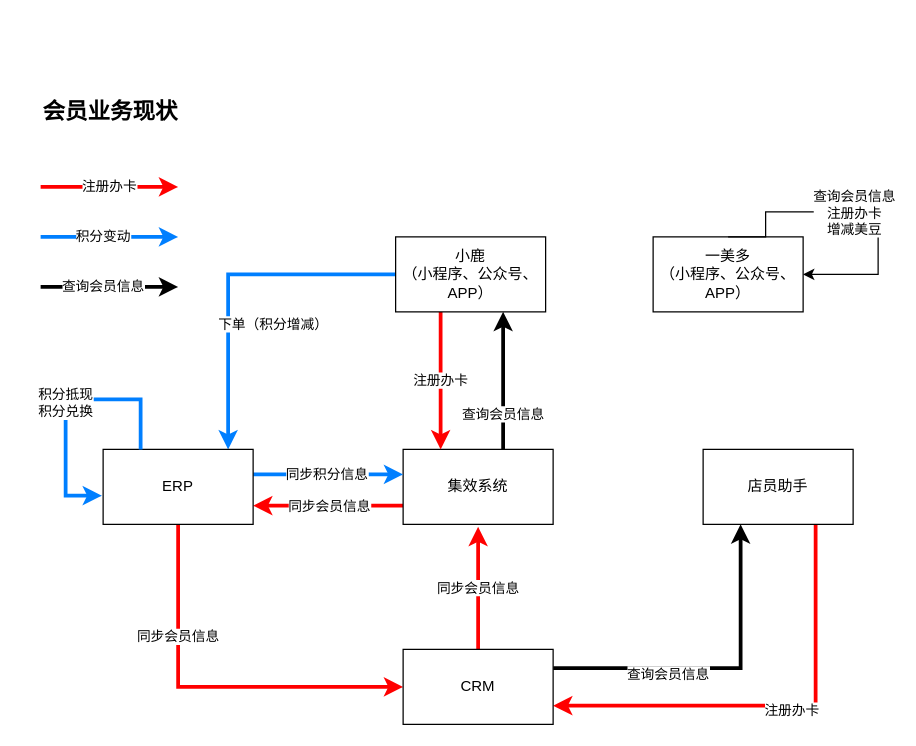
Above: page "Page-2" (2 of 2) of Untitled Diagram.drawio in JustDoItHilary/HilarysTraining (draw.io), before the change. Source tidied: cells renumbered, new cells numbered last; positions are measured from the earlier drawing's top-left corner, leaving out a move shared by most shapes. Both pictures are drawn from the tidied source at 125%, with x=0, y=0 at pixel (40, 99).
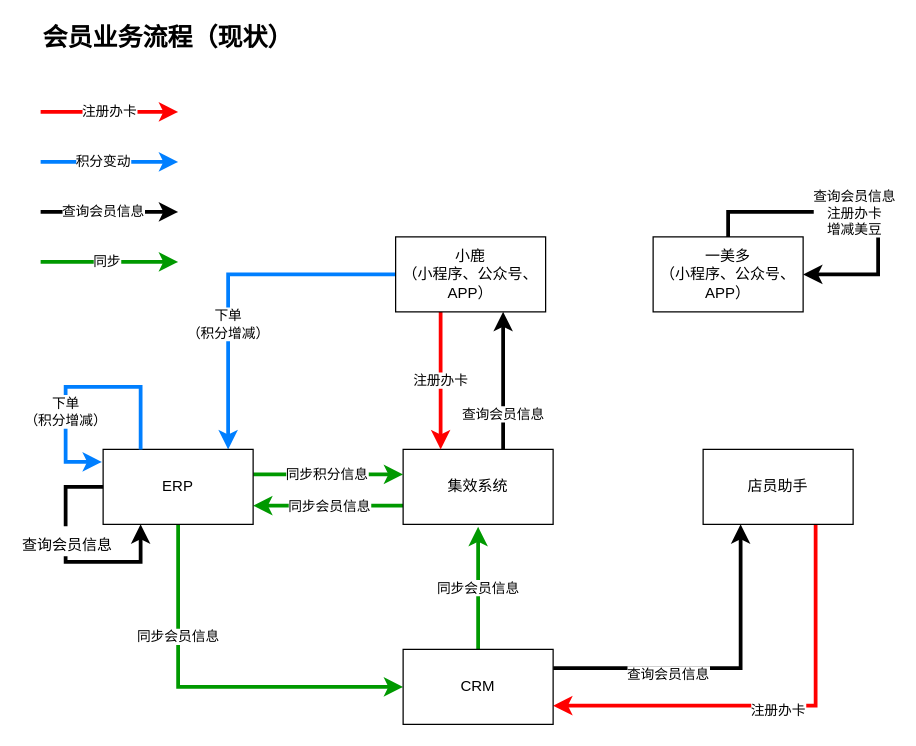
The same diagram, later.

The change refers to these unchanged cells:
```xml
<mxCell id="5" value="集效系统" style="rounded=0;whiteSpace=wrap;html=1;" parent="1" vertex="1">
  <mxGeometry x="290" y="280" width="120" height="60" as="geometry" />
</mxCell>
<mxCell id="9" value="小鹿&lt;br&gt;（小程序、公众号、APP）" style="rounded=0;whiteSpace=wrap;html=1;" parent="1" vertex="1">
  <mxGeometry x="284" y="110" width="120" height="60" as="geometry" />
</mxCell>
<mxCell id="12" value="ERP" style="rounded=0;whiteSpace=wrap;html=1;" parent="1" vertex="1">
  <mxGeometry x="50" y="280" width="120" height="60" as="geometry" />
</mxCell>
<mxCell id="13" style="edgeStyle=orthogonalEdgeStyle;rounded=0;jettySize=auto;html=1;entryX=1;entryY=0.75;entryDx=0;entryDy=0;fillColor=#f8cecc;strokeColor=#FF0000;strokeWidth=3;" parent="1" edge="1" source="15" target="19">
  <mxGeometry relative="1" as="geometry">
    <Array as="points">
      <mxPoint x="620" y="485" />
    </Array>
  </mxGeometry>
</mxCell>
<mxCell id="19" value="CRM" style="rounded=0;whiteSpace=wrap;html=1;" parent="1" vertex="1">
  <mxGeometry x="290" y="440" width="120" height="60" as="geometry" />
</mxCell>
<mxCell id="21" value="一美多&lt;br&gt;（小程序、公众号、APP）" style="rounded=0;whiteSpace=wrap;html=1;" parent="1" vertex="1">
  <mxGeometry x="490" y="110" width="120" height="60" as="geometry" />
</mxCell>
```

Change to the diagram source:
```diff
@@
-    <mxCell id="2" style="edgeStyle=orthogonalEdgeStyle;rounded=0;jettySize=auto;html=1;entryX=1;entryY=0.75;entryDx=0;entryDy=0;fillColor=#fff2cc;strokeWidth=3;strokeColor=#FF0000;" parent="1" edge="1" source="5" target="12">
+    <mxCell id="2" style="edgeStyle=orthogonalEdgeStyle;rounded=0;jettySize=auto;html=1;entryX=1;entryY=0.75;entryDx=0;entryDy=0;fillColor=#fff2cc;strokeWidth=3;strokeColor=#009900;" parent="1" edge="1" source="5" target="12">
       <mxGeometry relative="1" as="geometry">
         <Array as="points">
           <mxPoint x="290" y="325" />
           <mxPoint x="290" y="325" />
         </Array>
       </mxGeometry>
     </mxCell>
@@
-    <mxCell id="4" value="同步会员信息" style="edgeStyle=orthogonalEdgeStyle;rounded=0;jettySize=auto;html=1;exitX=0.5;exitY=1;exitDx=0;exitDy=0;entryX=0;entryY=0.5;entryDx=0;entryDy=0;fillColor=#fff2cc;strokeWidth=3;strokeColor=#FF0000;" parent="1" edge="1" source="12" target="19">
+    <mxCell id="4" value="同步会员信息" style="edgeStyle=orthogonalEdgeStyle;rounded=0;jettySize=auto;html=1;exitX=0.5;exitY=1;exitDx=0;exitDy=0;entryX=0;entryY=0.5;entryDx=0;entryDy=0;fillColor=#fff2cc;strokeWidth=3;strokeColor=#009900;" parent="1" edge="1" source="12" target="19">
       <mxGeometry x="-0.42" relative="1" as="geometry" />
     </mxCell>
@@
-    <mxCell id="8" value="下单（积分增减）" style="edgeStyle=orthogonalEdgeStyle;rounded=0;jettySize=auto;html=1;exitX=0;exitY=0.5;exitDx=0;exitDy=0;fillColor=#dae8fc;strokeColor=#007FFF;strokeWidth=3;" parent="1" edge="1" source="9" target="12">
-      <mxGeometry x="0.27" y="36" relative="1" as="geometry">
+    <mxCell id="8" value="下单&lt;br&gt;（积分增减）" style="edgeStyle=orthogonalEdgeStyle;rounded=0;jettySize=auto;html=1;exitX=0;exitY=0.5;exitDx=0;exitDy=0;fillColor=#dae8fc;strokeColor=#007FFF;strokeWidth=3;" parent="1" edge="1" source="9" target="12">
+      <mxGeometry x="0.27" relative="1" as="geometry">
         <Array as="points">
           <mxPoint x="150" y="140" />
         </Array>
       </mxGeometry>
     </mxCell>
@@
-    <mxCell id="10" style="edgeStyle=orthogonalEdgeStyle;rounded=0;jettySize=auto;html=1;fillColor=#fff2cc;strokeWidth=3;strokeColor=#007FFF;" parent="1" edge="1" source="12">
+    <mxCell id="10" style="edgeStyle=orthogonalEdgeStyle;rounded=0;jettySize=auto;html=1;fillColor=#fff2cc;strokeWidth=3;strokeColor=#009900;" parent="1" edge="1" source="12">
       <mxGeometry relative="1" as="geometry">
         <mxPoint x="290" y="300" as="targetPoint" />
         <Array as="points">
           <mxPoint x="200" y="300" />
           <mxPoint x="200" y="300" />
         </Array>
       </mxGeometry>
     </mxCell>
@@
     <mxCell id="14" value="注册办卡" style="edgeLabel;html=1;align=center;verticalAlign=middle;" parent="13" vertex="1">
-      <mxGeometry x="-0.07" y="3" relative="1" as="geometry" />
+      <mxGeometry x="-0.07" y="3" relative="1" as="geometry">
+        <mxPoint x="-10.3" as="offset" />
+      </mxGeometry>
     </mxCell>
@@
-    <mxCell id="16" value="同步会员信息" style="edgeStyle=orthogonalEdgeStyle;rounded=0;jettySize=auto;html=1;fillColor=#fff2cc;strokeWidth=3;strokeColor=#FF0000;exitX=0.5;exitY=0;exitDx=0;exitDy=0;" parent="1" edge="1" source="19">
+    <mxCell id="16" value="同步会员信息" style="edgeStyle=orthogonalEdgeStyle;rounded=0;jettySize=auto;html=1;fillColor=#fff2cc;strokeWidth=3;exitX=0.5;exitY=0;exitDx=0;exitDy=0;strokeColor=#009900;" parent="1" edge="1" source="19">
       <mxGeometry relative="1" as="geometry">
         <mxPoint x="350" y="342" as="targetPoint" />
         <Array as="points">
           <mxPoint x="350" y="342" />
         </Array>
       </mxGeometry>
     </mxCell>
@@
-    <mxCell id="20" value="积分抵现&lt;br&gt;积分兑换" style="edgeStyle=orthogonalEdgeStyle;rounded=0;orthogonalLoop=1;jettySize=auto;html=1;exitX=0.25;exitY=0;exitDx=0;exitDy=0;strokeColor=#007FFF;entryX=-0.008;entryY=0.617;entryDx=0;entryDy=0;entryPerimeter=0;strokeWidth=3;" parent="1" edge="1" source="12" target="12">
-      <mxGeometry relative="1" as="geometry">
+    <mxCell id="20" value="下单&lt;br&gt;（积分增减）" style="edgeStyle=orthogonalEdgeStyle;rounded=0;jettySize=auto;html=1;exitX=0.25;exitY=0;exitDx=0;exitDy=0;strokeColor=#007FFF;strokeWidth=3;" parent="1" edge="1" source="12">
+      <mxGeometry x="0.31" relative="1" as="geometry">
+        <mxPoint x="49" y="290" as="targetPoint" />
         <Array as="points">
-          <mxPoint x="80" y="240" />
-          <mxPoint x="20" y="240" />
-          <mxPoint x="20" y="317" />
+          <mxPoint x="80" y="230" />
+          <mxPoint x="20" y="230" />
+          <mxPoint x="20" y="290" />
         </Array>
       </mxGeometry>
     </mxCell>
@@
-    <mxCell id="22" style="edgeStyle=orthogonalEdgeStyle;rounded=0;orthogonalLoop=1;jettySize=auto;html=1;exitX=0.5;exitY=0;exitDx=0;exitDy=0;entryX=1;entryY=0.5;entryDx=0;entryDy=0;" parent="1" edge="1" source="21" target="21">
+    <mxCell id="22" style="edgeStyle=orthogonalEdgeStyle;rounded=0;orthogonalLoop=1;jettySize=auto;html=1;exitX=0.5;exitY=0;exitDx=0;exitDy=0;entryX=1;entryY=0.5;entryDx=0;entryDy=0;strokeWidth=3;" parent="1" edge="1" source="21" target="21">
       <mxGeometry relative="1" as="geometry">
         <Array as="points">
-          <mxPoint x="580" y="110" />
-          <mxPoint x="580" y="90" />
+          <mxPoint x="550" y="90" />
           <mxPoint x="670" y="90" />
           <mxPoint x="670" y="140" />
         </Array>
       </mxGeometry>
     </mxCell>
@@
     <mxCell id="24" value="注册办卡" style="edgeStyle=orthogonalEdgeStyle;rounded=0;orthogonalLoop=1;jettySize=auto;html=1;fillColor=#f8cecc;strokeColor=#FF0000;strokeWidth=3;" parent="1" edge="1">
       <mxGeometry relative="1" as="geometry">
-        <mxPoint y="70" as="sourcePoint" />
-        <mxPoint x="110" y="70" as="targetPoint" />
+        <mxPoint y="10" as="sourcePoint" />
+        <mxPoint x="110" y="10" as="targetPoint" />
         <Array as="points">
-          <mxPoint y="70" />
+          <mxPoint y="10" />
         </Array>
       </mxGeometry>
     </mxCell>
     <mxCell id="25" value="积分变动" style="edgeStyle=orthogonalEdgeStyle;rounded=0;orthogonalLoop=1;jettySize=auto;html=1;exitX=0.75;exitY=1;exitDx=0;exitDy=0;fillColor=#dae8fc;strokeColor=#007FFF;strokeWidth=3;" parent="1" edge="1">
       <mxGeometry x="-0.09" relative="1" as="geometry">
-        <mxPoint y="110" as="sourcePoint" />
-        <mxPoint x="110" y="110" as="targetPoint" />
+        <mxPoint y="50" as="sourcePoint" />
+        <mxPoint x="110" y="50" as="targetPoint" />
       </mxGeometry>
     </mxCell>
     <mxCell id="26" value="查询会员信息" style="edgeStyle=orthogonalEdgeStyle;rounded=0;orthogonalLoop=1;jettySize=auto;html=1;exitX=0.5;exitY=1;exitDx=0;exitDy=0;strokeWidth=3;" parent="1" edge="1">
       <mxGeometry x="-0.09" relative="1" as="geometry">
-        <mxPoint y="150" as="sourcePoint" />
-        <mxPoint x="110" y="150" as="targetPoint" />
+        <mxPoint y="90" as="sourcePoint" />
+        <mxPoint x="110" y="90" as="targetPoint" />
         <Array as="points">
-          <mxPoint y="150" />
+          <mxPoint y="90" />
         </Array>
       </mxGeometry>
     </mxCell>
-    <mxCell id="27" value="会员业务现状" style="text;html=1;strokeColor=none;fillColor=none;align=left;verticalAlign=middle;whiteSpace=wrap;rounded=0;fontStyle=1;fontSize=18;" parent="1" vertex="1">
-      <mxGeometry width="140" height="20" as="geometry" />
+    <mxCell id="27" value="会员业务流程（现状）" style="text;html=1;strokeColor=none;fillColor=none;align=left;verticalAlign=middle;whiteSpace=wrap;rounded=0;fontStyle=1;fontSize=20;" parent="1" vertex="1">
+      <mxGeometry y="-60" width="280" height="20" as="geometry" />
     </mxCell>
+    <mxCell id="28" style="edgeStyle=orthogonalEdgeStyle;rounded=0;orthogonalLoop=1;jettySize=auto;html=1;fillColor=#fff2cc;strokeWidth=3;strokeColor=#009900;" parent="1" edge="1">
+      <mxGeometry relative="1" as="geometry">
+        <mxPoint y="130" as="sourcePoint" />
+        <mxPoint x="110" y="130" as="targetPoint" />
+        <Array as="points">
+          <mxPoint x="30" y="130" />
+          <mxPoint x="30" y="130" />
+        </Array>
+      </mxGeometry>
+    </mxCell>
+    <mxCell id="29" value="同步" style="edgeLabel;html=1;align=center;verticalAlign=middle;" parent="28" vertex="1">
+      <mxGeometry x="0.17" y="1" relative="1" as="geometry">
+        <mxPoint x="-12" as="offset" />
+      </mxGeometry>
+    </mxCell>
+    <mxCell id="30" style="edgeStyle=orthogonalEdgeStyle;rounded=0;orthogonalLoop=1;jettySize=auto;html=1;exitX=0;exitY=0.5;exitDx=0;exitDy=0;entryX=0.25;entryY=1;entryDx=0;entryDy=0;strokeWidth=3;fontSize=20;" parent="1" edge="1" source="12" target="12">
+      <mxGeometry relative="1" as="geometry">
+        <Array as="points">
+          <mxPoint x="20" y="310" />
+          <mxPoint x="20" y="370" />
+          <mxPoint x="80" y="370" />
+        </Array>
+      </mxGeometry>
+    </mxCell>
+    <mxCell id="31" value="&lt;font style=&quot;font-size: 12px&quot;&gt;查询会员信息&lt;/font&gt;" style="edgeLabel;html=1;align=center;verticalAlign=middle;fontSize=20;" parent="30" vertex="1">
+      <mxGeometry x="-0.2" relative="1" as="geometry" />
+    </mxCell>
```
